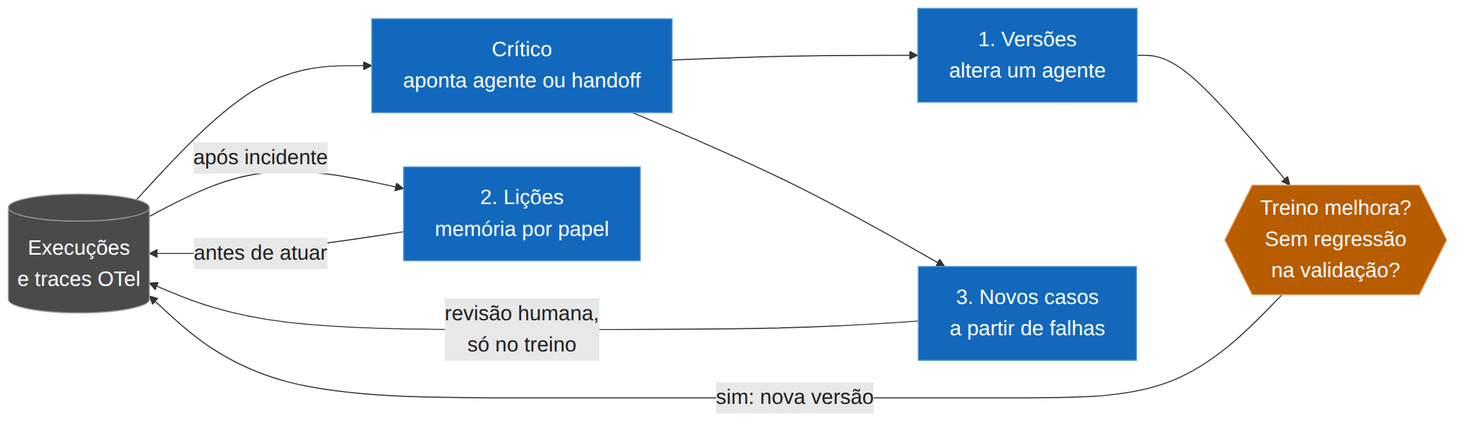
The Mermaid diagram projects/course-02-agentic-ai/presentation/diagrams/loops.png in joaoptpsa/gen-ai-course, before a commit. Its source is kept beside it as projects/course-02-agentic-ai/presentation/diagrams/loops.mmd.
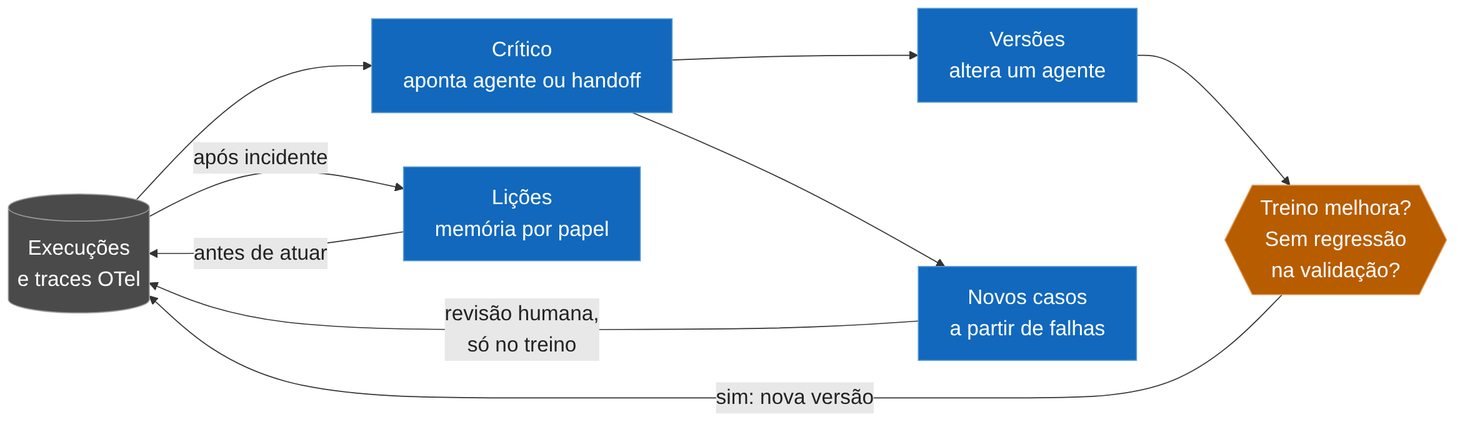
Above is the later version.

Diff of the diagram source:
```diff
@@ -16,9 +16,9 @@
 flowchart LR
   runs[("Execuções<br/>e traces OTel")]
   critic["Crítico<br/>aponta agente ou handoff"]
-  versions["1. Versões<br/>altera um agente"]
-  lessons["2. Lições<br/>memória por papel"]
-  cases["3. Novos casos<br/>a partir de falhas"]
+  versions["Versões<br/>altera um agente"]
+  lessons["Lições<br/>memória por papel"]
+  cases["Novos casos<br/>a partir de falhas"]
   gate{{"Treino melhora?<br/>Sem regressão<br/>na validação?"}}
 
   runs --> critic
```
